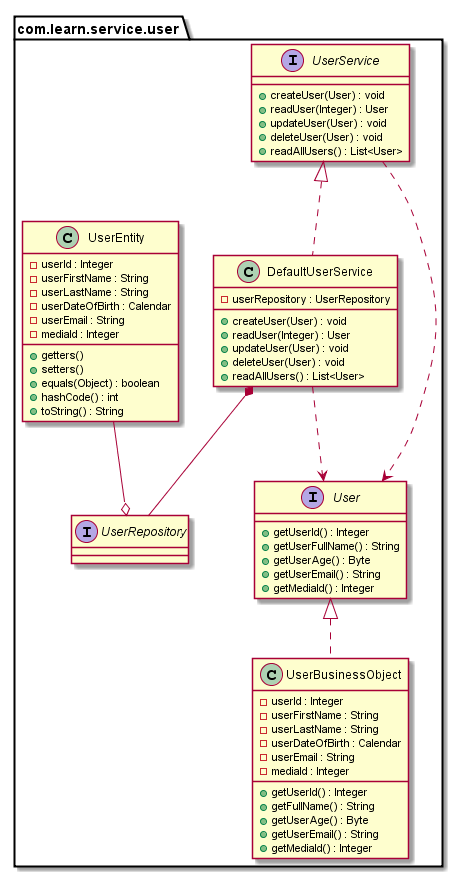
The PlantUML diagram src/main/resources/pic/UserServiceClassDiagram.png in gabrianoo/prepare-your-self, before a commit.
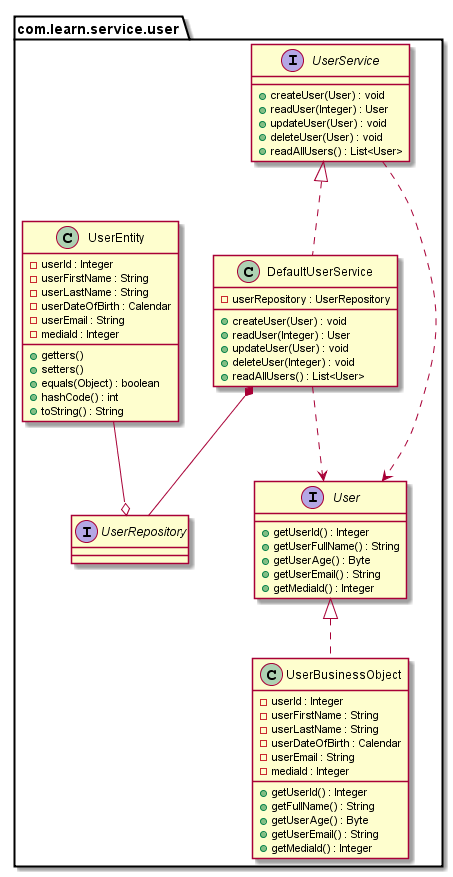
The same file after the commit.

Commit message:
Modified the UserServiceClassDiagram and the MediaServiceClassDiagram images.

Change to the diagram source:
```diff
@@ -24,7 +24,7 @@
         + createUser(User) : void
         + readUser(Integer) : User
         + updateUser(User) : void
-        + deleteUser(User) : void
+        + deleteUser(Integer) : void
         + readAllUsers() : List<User>
     }
     DefaultUserService *-- UserRepository
```
